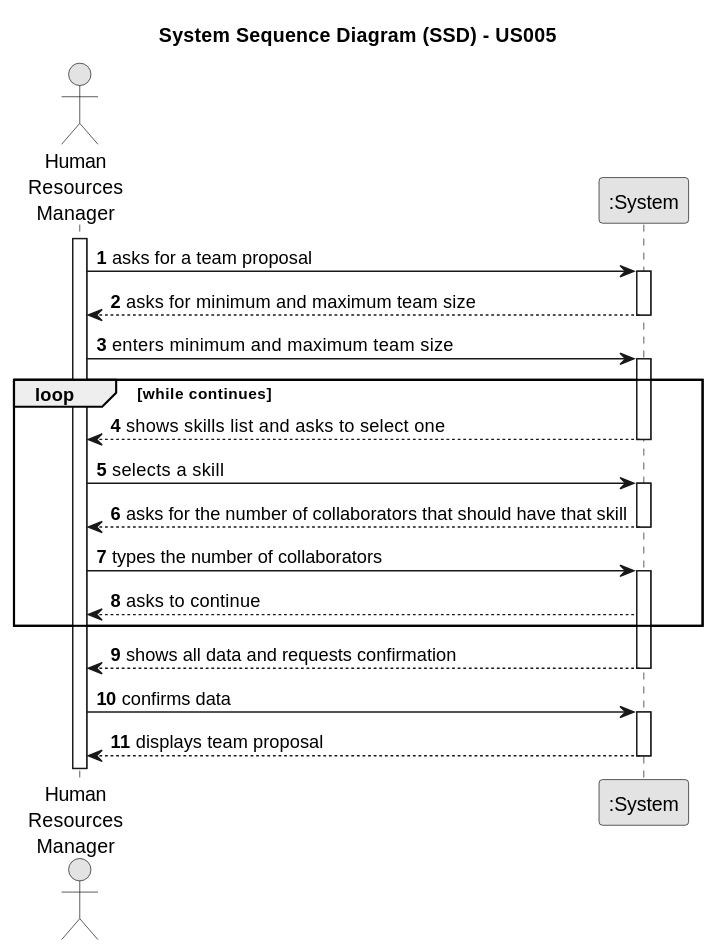
Departamento-de-Engenharia-Informatica/lei-24-s2-1dm-g132 keeps this PlantUML diagram as docs/sprintB/us005/01.requirements-engineering/svg/us005-system-sequence-diagram.svg. Above is the earlier version.
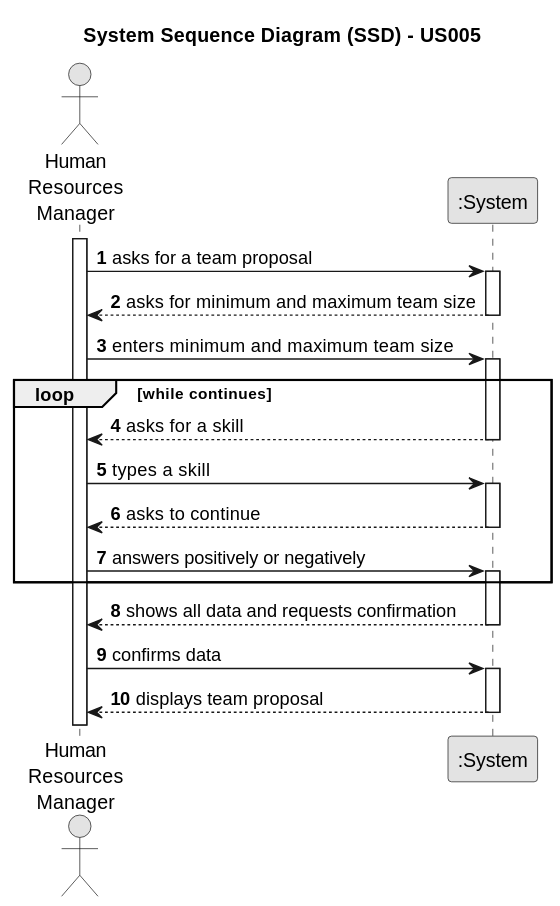
Above is the later version.

Commit message:
US005 Readme.md and System sequence diagram update

The edit, as a diff of the source:
```diff
@@ -22,19 +22,18 @@
     activate System
 
     loop while continues
-        System --> HRM : shows skills list and asks to select one
+        System --> HRM : asks for a skill
     deactivate System
 
-    HRM -> System : selects a skill
-    activate System
-
-        System --> HRM : asks for the number of collaborators that should have that skill
-    deactivate System
-
-    HRM -> System : types the number of collaborators
+    HRM -> System : types a skill
     activate System
 
         System --> HRM : asks to continue
+
+    deactivate System
+
+    HRM -> System : answers positively or negatively
+    activate System
     end
 
         System --> HRM : shows all data and requests confirmation
```
